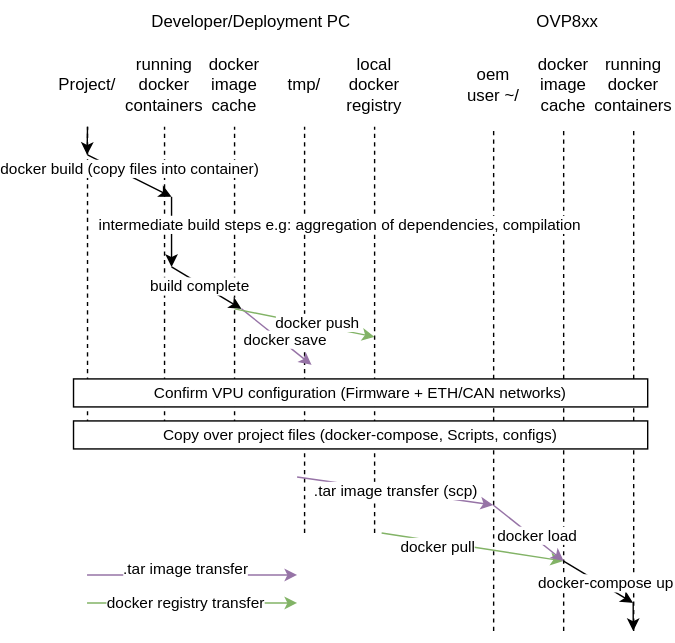
ifm/ifm3d-examples keeps this draw.io diagram as ovp8xx/docker/schematic.drawio.svg. Above is the earlier version. Source tidied: cells renumbered, new cells last; positions are measured from the earlier drawing's top-left corner, leaving out a move shared by most shapes.
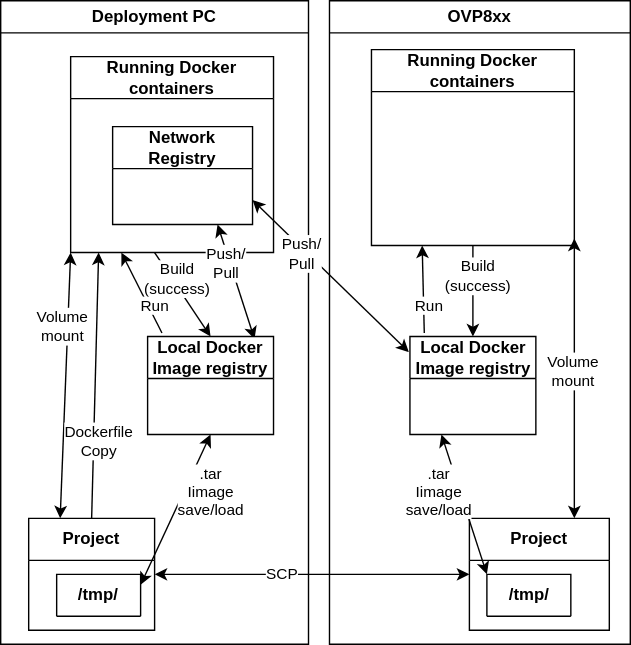
The same diagram one commit later.

The edit, as a diff of the source:
```diff
@@ -2,167 +2,82 @@
   <root>
     <mxCell id="0" />
     <mxCell id="1" parent="0" />
-    <mxCell id="2" style="endArrow=none;dashed=1;html=1;" parent="1" edge="1">
-      <mxGeometry relative="1" as="geometry">
-        <mxPoint x="30" y="320" as="sourcePoint" />
-        <mxPoint x="30" y="90" as="targetPoint" />
-      </mxGeometry>
-    </mxCell>
-    <mxCell id="3" value="Project/" style="text;html=1;strokeColor=none;fillColor=none;align=center;verticalAlign=middle;whiteSpace=wrap;rounded=0;" parent="1" vertex="1">
-      <mxGeometry y="45" width="60" height="30" as="geometry" />
-    </mxCell>
-    <mxCell id="4" style="endArrow=none;dashed=1;html=1;" parent="1" edge="1">
-      <mxGeometry relative="1" as="geometry">
-        <mxPoint x="135" y="320" as="sourcePoint" />
-        <mxPoint x="135" y="90" as="targetPoint" />
-      </mxGeometry>
-    </mxCell>
-    <mxCell id="5" value="docker image cache" style="text;html=1;strokeColor=none;fillColor=none;align=center;verticalAlign=middle;whiteSpace=wrap;rounded=0;" parent="1" vertex="1">
-      <mxGeometry x="110" y="45" width="50" height="30" as="geometry" />
-    </mxCell>
-    <mxCell id="6" style="endArrow=none;dashed=1;html=1;" parent="1" edge="1">
-      <mxGeometry relative="1" as="geometry">
-        <mxPoint x="85" y="320" as="sourcePoint" />
-        <mxPoint x="85" y="90" as="targetPoint" />
-      </mxGeometry>
-    </mxCell>
-    <mxCell id="7" value="running docker containers" style="text;html=1;strokeColor=none;fillColor=none;align=center;verticalAlign=middle;whiteSpace=wrap;rounded=0;" parent="1" vertex="1">
-      <mxGeometry x="60" y="45" width="50" height="30" as="geometry" />
-    </mxCell>
-    <mxCell id="8" style="endArrow=none;dashed=1;html=1;" parent="1" edge="1">
-      <mxGeometry relative="1" as="geometry">
-        <mxPoint x="185" y="380" as="sourcePoint" />
-        <mxPoint x="185" y="90" as="targetPoint" />
-      </mxGeometry>
-    </mxCell>
-    <mxCell id="9" value="tmp/" style="text;html=1;strokeColor=none;fillColor=none;align=center;verticalAlign=middle;whiteSpace=wrap;rounded=0;" parent="1" vertex="1">
-      <mxGeometry x="160" y="45" width="50" height="30" as="geometry" />
-    </mxCell>
-    <mxCell id="10" style="endArrow=none;dashed=1;html=1;" parent="1" edge="1">
-      <mxGeometry relative="1" as="geometry">
-        <mxPoint x="235" y="380" as="sourcePoint" />
-        <mxPoint x="235" y="90" as="targetPoint" />
-      </mxGeometry>
-    </mxCell>
-    <mxCell id="11" value="local docker registry" style="text;html=1;strokeColor=none;fillColor=none;align=center;verticalAlign=middle;whiteSpace=wrap;rounded=0;" parent="1" vertex="1">
-      <mxGeometry x="210" y="45" width="50" height="30" as="geometry" />
-    </mxCell>
-    <mxCell id="12" style="endArrow=none;dashed=1;html=1;" parent="1" edge="1">
-      <mxGeometry relative="1" as="geometry">
-        <mxPoint x="320" y="450" as="sourcePoint" />
-        <mxPoint x="320" y="90" as="targetPoint" />
-      </mxGeometry>
-    </mxCell>
-    <mxCell id="13" value="oem user ~/" style="text;html=1;strokeColor=none;fillColor=none;align=center;verticalAlign=middle;whiteSpace=wrap;rounded=0;" parent="1" vertex="1">
-      <mxGeometry x="295" y="45" width="50" height="30" as="geometry" />
-    </mxCell>
-    <mxCell id="14" style="endArrow=none;dashed=1;html=1;" parent="1" edge="1">
-      <mxGeometry relative="1" as="geometry">
-        <mxPoint x="370" y="450" as="sourcePoint" />
-        <mxPoint x="370" y="90" as="targetPoint" />
-      </mxGeometry>
-    </mxCell>
-    <mxCell id="15" value="docker image cache" style="text;html=1;strokeColor=none;fillColor=none;align=center;verticalAlign=middle;whiteSpace=wrap;rounded=0;" parent="1" vertex="1">
-      <mxGeometry x="345" y="45" width="50" height="30" as="geometry" />
-    </mxCell>
-    <mxCell id="16" style="endArrow=none;dashed=1;html=1;" parent="1" edge="1">
-      <mxGeometry relative="1" as="geometry">
-        <mxPoint x="420" y="450" as="sourcePoint" />
-        <mxPoint x="420" y="90" as="targetPoint" />
-      </mxGeometry>
-    </mxCell>
-    <mxCell id="17" value="running docker containers" style="text;html=1;strokeColor=none;fillColor=none;align=center;verticalAlign=middle;whiteSpace=wrap;rounded=0;" parent="1" vertex="1">
-      <mxGeometry x="395" y="45" width="50" height="30" as="geometry" />
-    </mxCell>
-    <mxCell id="18" value="docker build (copy files into container)" style="endArrow=classic;html=1;" parent="1" edge="1">
-      <mxGeometry x="-0.07" y="4" relative="1" as="geometry">
-        <mxPoint x="30" y="110" as="sourcePoint" />
-        <mxPoint x="90" y="140" as="targetPoint" />
-      </mxGeometry>
-    </mxCell>
-    <mxCell id="19" value="intermediate build steps e.g: aggregation of dependencies, compilation" style="endArrow=classic;html=1;" parent="1" edge="1">
-      <mxGeometry x="-0.2" y="120" relative="1" as="geometry">
-        <mxPoint x="90" y="140" as="sourcePoint" />
-        <mxPoint x="90" y="190" as="targetPoint" />
-      </mxGeometry>
-    </mxCell>
-    <mxCell id="20" value="build complete" style="endArrow=classic;html=1;" parent="1" edge="1">
-      <mxGeometry x="-0.17" y="-2" relative="1" as="geometry">
-        <mxPoint x="90" y="190" as="sourcePoint" />
-        <mxPoint x="140" y="220" as="targetPoint" />
-      </mxGeometry>
-    </mxCell>
-    <mxCell id="21" value="docker save" style="endArrow=classic;html=1;fillColor=#e1d5e7;strokeColor=#9673a6;" parent="1" edge="1">
-      <mxGeometry x="0.17" y="2" relative="1" as="geometry">
-        <mxPoint x="140" y="220" as="sourcePoint" />
-        <mxPoint x="190" y="260" as="targetPoint" />
-      </mxGeometry>
-    </mxCell>
-    <mxCell id="22" value=".tar image transfer (scp)" style="endArrow=classic;html=1;fillColor=#e1d5e7;strokeColor=#9673a6;" parent="1" edge="1">
-      <mxGeometry relative="1" as="geometry">
-        <mxPoint x="179.7" y="340" as="sourcePoint" />
-        <mxPoint x="319.7" y="360" as="targetPoint" />
-      </mxGeometry>
-    </mxCell>
-    <mxCell id="23" value="docker push" style="endArrow=classic;html=1;fillColor=#d5e8d4;strokeColor=#82b366;" parent="1" edge="1">
-      <mxGeometry x="0.17" y="2" relative="1" as="geometry">
-        <mxPoint x="135" y="220" as="sourcePoint" />
-        <mxPoint x="235" y="240" as="targetPoint" />
-      </mxGeometry>
-    </mxCell>
-    <mxCell id="24" value="docker pull" style="endArrow=classic;html=1;fillColor=#d5e8d4;strokeColor=#82b366;" parent="1" edge="1">
-      <mxGeometry x="-0.37" y="-4" relative="1" as="geometry">
-        <mxPoint x="240" y="380" as="sourcePoint" />
-        <mxPoint x="369.7" y="400" as="targetPoint" />
-      </mxGeometry>
-    </mxCell>
-    <mxCell id="25" value="docker load" style="endArrow=classic;html=1;fillColor=#e1d5e7;strokeColor=#9673a6;" parent="1" edge="1">
-      <mxGeometry x="0.17" y="2" relative="1" as="geometry">
-        <mxPoint x="319.7" y="360" as="sourcePoint" />
-        <mxPoint x="370" y="400" as="targetPoint" />
-      </mxGeometry>
-    </mxCell>
-    <mxCell id="26" value="docker-compose up" style="endArrow=classic;html=1;" parent="1" edge="1">
-      <mxGeometry x="0.17" y="2" relative="1" as="geometry">
-        <mxPoint x="369.7" y="400" as="sourcePoint" />
-        <mxPoint x="419.7" y="430" as="targetPoint" />
-      </mxGeometry>
-    </mxCell>
+    <mxCell id="35" value="Deployment PC" style="swimlane;whiteSpace=wrap;html=1;" parent="1" vertex="1">
+      <mxGeometry x="110" width="220" height="460" as="geometry" />
+    </mxCell>
+    <mxCell id="36" value="Build&lt;br&gt;(success)" style="edgeStyle=none;html=1;entryX=0.5;entryY=0;entryDx=0;entryDy=0;" parent="35" edge="1" target="44">
+      <mxGeometry x="-0.32" y="3" relative="1" as="geometry">
+        <mxPoint x="110" y="180" as="sourcePoint" />
+      </mxGeometry>
+    </mxCell>
+    <mxCell id="37" value="Running Docker containers" style="swimlane;whiteSpace=wrap;html=1;startSize=30;" parent="35" vertex="1">
+      <mxGeometry x="50" y="40" width="145" height="140" as="geometry" />
+    </mxCell>
+    <mxCell id="38" value="Network&lt;br&gt;Registry" style="swimlane;whiteSpace=wrap;html=1;startSize=30;" parent="37" vertex="1">
+      <mxGeometry x="30" y="50" width="100" height="70" as="geometry" />
+    </mxCell>
+    <mxCell id="39" value="Volume&lt;br&gt;mount" style="edgeStyle=none;html=1;exitX=0.25;exitY=0;exitDx=0;exitDy=0;startArrow=classic;startFill=1;entryX=0;entryY=1;entryDx=0;entryDy=0;" parent="35" edge="1" source="40" target="37">
+      <mxGeometry x="0.44" y="4" relative="1" as="geometry" />
+    </mxCell>
+    <mxCell id="40" value="Project" style="swimlane;whiteSpace=wrap;html=1;startSize=30;" parent="35" vertex="1">
+      <mxGeometry x="20" y="370" width="90" height="80" as="geometry" />
+    </mxCell>
+    <mxCell id="41" value="/tmp/" style="swimlane;whiteSpace=wrap;html=1;startSize=30;" parent="40" vertex="1">
+      <mxGeometry x="20" y="40" width="60" height="30" as="geometry" />
+    </mxCell>
+    <mxCell id="42" value="Run" style="edgeStyle=none;html=1;entryX=0.25;entryY=1;entryDx=0;entryDy=0;exitX=0.114;exitY=-0.036;exitDx=0;exitDy=0;exitPerimeter=0;" parent="35" edge="1" source="44" target="37">
+      <mxGeometry x="-0.39" y="-4" relative="1" as="geometry" />
+    </mxCell>
+    <mxCell id="43" value="Push/&lt;br&gt;Pull" style="edgeStyle=none;html=1;exitX=0.849;exitY=0.026;exitDx=0;exitDy=0;exitPerimeter=0;startArrow=classic;startFill=1;entryX=0.75;entryY=1;entryDx=0;entryDy=0;" parent="35" edge="1" source="44" target="38">
+      <mxGeometry x="0.34" y="3" relative="1" as="geometry" />
+    </mxCell>
+    <mxCell id="44" value="Local Docker Image registry" style="swimlane;whiteSpace=wrap;html=1;startSize=30;" parent="35" vertex="1">
+      <mxGeometry x="105" y="240" width="90" height="70" as="geometry" />
+    </mxCell>
+    <mxCell id="45" value=".tar&lt;br&gt;Iimage&lt;br&gt;save/load" style="edgeStyle=none;html=1;entryX=0.5;entryY=1;entryDx=0;entryDy=0;startArrow=classic;startFill=1;exitX=1;exitY=0.25;exitDx=0;exitDy=0;" parent="35" edge="1" source="41" target="44">
+      <mxGeometry x="0.38" y="-18" relative="1" as="geometry">
+        <mxPoint x="-1" as="offset" />
+      </mxGeometry>
+    </mxCell>
-    <mxCell id="27" value="OVP8xx" style="text;strokeColor=none;fillColor=none;align=left;verticalAlign=middle;spacingLeft=4;spacingRight=4;overflow=hidden;whiteSpace=wrap;html=1;" parent="1" vertex="1">
-      <mxGeometry x="345" width="55" height="30" as="geometry" />
+    <mxCell id="27" value="OVP8xx" style="swimlane;whiteSpace=wrap;html=1;" parent="1" vertex="1">
+      <mxGeometry x="345" width="215" height="460" as="geometry" />
     </mxCell>
-    <mxCell id="28" value="Developer/Deployment PC" style="text;strokeColor=none;fillColor=none;align=left;verticalAlign=middle;spacingLeft=4;spacingRight=4;overflow=hidden;whiteSpace=wrap;html=1;" parent="1" vertex="1">
-      <mxGeometry x="70" width="160" height="30" as="geometry" />
-    </mxCell>
-    <mxCell id="29" value=".tar image transfer" style="endArrow=classic;html=1;fillColor=#e1d5e7;strokeColor=#9673a6;" parent="1" edge="1">
-      <mxGeometry x="-0.07" y="4" relative="1" as="geometry">
-        <mxPoint x="29.7" y="410" as="sourcePoint" />
-        <mxPoint x="179.7" y="410" as="targetPoint" />
-      </mxGeometry>
-    </mxCell>
-    <mxCell id="30" value="docker registry transfer" style="endArrow=classic;html=1;fillColor=#d5e8d4;strokeColor=#82b366;" parent="1" edge="1">
-      <mxGeometry x="-0.07" relative="1" as="geometry">
-        <mxPoint x="29.7" y="430" as="sourcePoint" />
-        <mxPoint x="179.7" y="430" as="targetPoint" />
-      </mxGeometry>
-    </mxCell>
-    <mxCell id="31" style="endArrow=classic;html=1;" parent="1" edge="1">
-      <mxGeometry x="0.17" y="2" relative="1" as="geometry">
-        <mxPoint x="419.7" y="430" as="sourcePoint" />
-        <mxPoint x="419.7" y="450" as="targetPoint" />
-      </mxGeometry>
-    </mxCell>
-    <mxCell id="32" style="endArrow=classic;html=1;" parent="1" edge="1">
-      <mxGeometry x="0.17" y="2" relative="1" as="geometry">
-        <mxPoint x="30" y="90" as="sourcePoint" />
-        <mxPoint x="29.7" y="110" as="targetPoint" />
-      </mxGeometry>
-    </mxCell>
-    <mxCell id="33" value="&lt;span style=&quot;color: rgb(0, 0, 0); font-family: Helvetica; font-size: 11px; font-style: normal; font-variant-ligatures: normal; font-variant-caps: normal; font-weight: 400; letter-spacing: normal; orphans: 2; text-align: center; text-indent: 0px; text-transform: none; widows: 2; word-spacing: 0px; -webkit-text-stroke-width: 0px; background-color: rgb(255, 255, 255); text-decoration-thickness: initial; text-decoration-style: initial; text-decoration-color: initial; float: none; display: inline !important;&quot;&gt;Confirm VPU configuration (Firmware + ETH/CAN networks)&lt;/span&gt;&lt;br&gt;" style="rounded=0;whiteSpace=wrap;html=1;" parent="1" vertex="1">
-      <mxGeometry x="20" y="270" width="410" height="20" as="geometry" />
-    </mxCell>
-    <mxCell id="34" value="&lt;span style=&quot;font-size: 11px; background-color: rgb(255, 255, 255);&quot;&gt;Copy over project files (docker-compose, Scripts, configs)&lt;/span&gt;" style="rounded=0;whiteSpace=wrap;html=1;" parent="1" vertex="1">
-      <mxGeometry x="20" y="300" width="410" height="20" as="geometry" />
-    </mxCell>
+    <mxCell id="46" value="Build&lt;br&gt;(success)" style="edgeStyle=none;html=1;entryX=0.5;entryY=0;entryDx=0;entryDy=0;exitX=0.5;exitY=1;exitDx=0;exitDy=0;" parent="27" edge="1" source="47" target="49">
+      <mxGeometry x="-0.32" y="3" relative="1" as="geometry" />
+    </mxCell>
+    <mxCell id="47" value="Running Docker containers" style="swimlane;whiteSpace=wrap;html=1;startSize=30;" parent="27" vertex="1">
+      <mxGeometry x="30" y="35" width="145" height="140" as="geometry" />
+    </mxCell>
+    <mxCell id="48" value="Run" style="edgeStyle=none;html=1;entryX=0.25;entryY=1;entryDx=0;entryDy=0;exitX=0.114;exitY=-0.036;exitDx=0;exitDy=0;exitPerimeter=0;" parent="27" edge="1" source="49" target="47">
+      <mxGeometry x="-0.39" y="-4" relative="1" as="geometry" />
+    </mxCell>
+    <mxCell id="49" value="Local Docker Image registry" style="swimlane;whiteSpace=wrap;html=1;startSize=30;" parent="27" vertex="1">
+      <mxGeometry x="57.5" y="240" width="90" height="70" as="geometry" />
+    </mxCell>
+    <mxCell id="50" value="Project" style="swimlane;whiteSpace=wrap;html=1;startSize=30;" parent="27" vertex="1">
+      <mxGeometry x="100" y="370" width="100" height="80" as="geometry" />
+    </mxCell>
+    <mxCell id="51" value="/tmp/" style="swimlane;whiteSpace=wrap;html=1;startSize=30;" parent="50" vertex="1">
+      <mxGeometry x="12.5" y="40" width="60" height="30" as="geometry" />
+    </mxCell>
+    <mxCell id="52" value="Volume&lt;br&gt;mount" style="edgeStyle=none;html=1;exitX=0.75;exitY=0;exitDx=0;exitDy=0;startArrow=classic;startFill=1;" parent="27" edge="1" source="50">
+      <mxGeometry x="0.05" y="1" relative="1" as="geometry">
+        <mxPoint x="175" y="170" as="targetPoint" />
+      </mxGeometry>
+    </mxCell>
+    <mxCell id="53" value=".tar&lt;br&gt;Iimage&lt;br&gt;save/load" style="edgeStyle=none;html=1;entryX=0.25;entryY=1;entryDx=0;entryDy=0;startArrow=classic;startFill=1;exitX=0;exitY=0;exitDx=0;exitDy=0;" parent="27" edge="1" source="51" target="49">
+      <mxGeometry x="0.27" y="15" relative="1" as="geometry" />
+    </mxCell>
+    <mxCell id="54" value="Dockerfile&lt;br&gt;Copy" style="edgeStyle=none;html=1;exitX=0.5;exitY=0;exitDx=0;exitDy=0;" parent="1" edge="1" source="40">
+      <mxGeometry x="-0.42" y="-4" relative="1" as="geometry">
+        <mxPoint x="180" y="180" as="targetPoint" />
+      </mxGeometry>
+    </mxCell>
+    <mxCell id="55" value="Push/&lt;br&gt;Pull" style="edgeStyle=none;html=1;exitX=-0.009;exitY=0.159;exitDx=0;exitDy=0;exitPerimeter=0;startArrow=classic;startFill=1;entryX=1;entryY=0.75;entryDx=0;entryDy=0;" parent="1" edge="1" source="49" target="38">
+      <mxGeometry x="0.34" y="3" relative="1" as="geometry" />
+    </mxCell>
+    <mxCell id="56" value="SCP" style="edgeStyle=none;html=1;entryX=0;entryY=0.5;entryDx=0;entryDy=0;startArrow=classic;startFill=1;" parent="1" edge="1" source="40" target="50">
+      <mxGeometry x="-0.19" relative="1" as="geometry" />
+    </mxCell>
   </root>
 </mxGraphModel>
```
